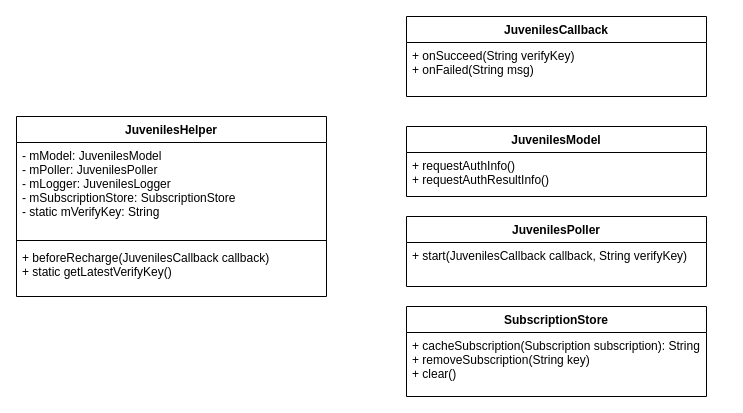
Sylvilagus/sylvan_osc keeps this draw.io diagram as juveniles.drawio. Above is the earlier version. Source tidied: cells renumbered, new cells numbered last; positions are measured from the earlier drawing's top-left corner, leaving out a move shared by most shapes. Both pictures are drawn from the tidied source at 100%, with x=0, y=0 at pixel (16, 16).
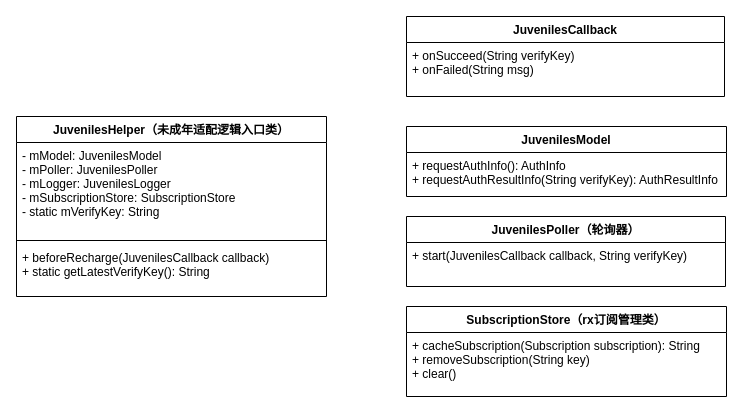
The same diagram, later.

What changed in the source:
```diff
@@
 <mxGraphModel>
   <root>
     <mxCell id="0" />
     <mxCell id="1" parent="0" />
-    <mxCell id="2" value="JuvenilesHelper" style="swimlane;fontStyle=1;align=center;verticalAlign=top;horizontal=1;startSize=26;" parent="1" vertex="1">
+    <mxCell id="2" value="JuvenilesHelper（未成年适配逻辑入口类）" style="swimlane;fontStyle=1;align=center;verticalAlign=top;horizontal=1;startSize=26;" parent="1" vertex="1">
       <mxGeometry y="100" width="310" height="180" as="geometry" />
     </mxCell>
     <mxCell id="3" value="- mModel: JuvenilesModel&#10;- mPoller: JuvenilesPoller&#10;- mLogger: JuvenilesLogger&#10;- mSubscriptionStore: SubscriptionStore&#10;- static mVerifyKey: String" style="text;strokeColor=none;fillColor=none;align=left;verticalAlign=top;spacingLeft=4;spacingRight=4;overflow=hidden;" parent="2" vertex="1">
       <mxGeometry y="26" width="310" height="94" as="geometry" />
     </mxCell>
     <mxCell id="4" style="line;strokeWidth=1;fillColor=none;align=left;verticalAlign=middle;spacingTop=-1;spacingLeft=3;spacingRight=3;labelPosition=right;" parent="2" vertex="1">
       <mxGeometry y="120" width="310" height="8" as="geometry" />
     </mxCell>
-    <mxCell id="5" value="+ beforeRecharge(JuvenilesCallback callback)&#10;+ static getLatestVerifyKey()" style="text;strokeColor=none;fillColor=none;align=left;verticalAlign=top;spacingLeft=4;spacingRight=4;overflow=hidden;" parent="2" vertex="1">
+    <mxCell id="5" value="+ beforeRecharge(JuvenilesCallback callback)&#10;+ static getLatestVerifyKey(): String" style="text;strokeColor=none;fillColor=none;align=left;verticalAlign=top;spacingLeft=4;spacingRight=4;overflow=hidden;" parent="2" vertex="1">
       <mxGeometry y="128" width="310" height="52" as="geometry" />
     </mxCell>
     <mxCell id="6" value="JuvenilesCallback" style="swimlane;fontStyle=1;align=center;verticalAlign=top;horizontal=1;startSize=26;" parent="1" vertex="1">
-      <mxGeometry x="390" width="300" height="80" as="geometry" />
+      <mxGeometry x="390" width="318" height="80" as="geometry" />
     </mxCell>
     <mxCell id="7" value="+ onSucceed(String verifyKey)&#10;+ onFailed(String msg)&#10;" style="text;strokeColor=none;fillColor=none;align=left;verticalAlign=top;spacingLeft=4;spacingRight=4;overflow=hidden;" parent="6" vertex="1">
-      <mxGeometry y="26" width="300" height="54" as="geometry" />
+      <mxGeometry y="26" width="318" height="54" as="geometry" />
     </mxCell>
     <mxCell id="8" value="JuvenilesModel" style="swimlane;fontStyle=1;align=center;verticalAlign=top;horizontal=1;startSize=26;" parent="1" vertex="1">
-      <mxGeometry x="390" y="110" width="300" height="70" as="geometry" />
+      <mxGeometry x="390" y="110" width="320" height="70" as="geometry" />
     </mxCell>
-    <mxCell id="9" value="+ requestAuthInfo()&#10;+ requestAuthResultInfo()" style="text;strokeColor=none;fillColor=none;align=left;verticalAlign=top;spacingLeft=4;spacingRight=4;overflow=hidden;" parent="8" vertex="1">
-      <mxGeometry y="26" width="300" height="44" as="geometry" />
+    <mxCell id="9" value="+ requestAuthInfo(): AuthInfo&#10;+ requestAuthResultInfo(String verifyKey): AuthResultInfo" style="text;strokeColor=none;fillColor=none;align=left;verticalAlign=top;spacingLeft=4;spacingRight=4;overflow=hidden;" parent="8" vertex="1">
+      <mxGeometry y="26" width="320" height="44" as="geometry" />
     </mxCell>
-    <mxCell id="10" value="JuvenilesPoller" style="swimlane;fontStyle=1;align=center;verticalAlign=top;horizontal=1;startSize=26;" parent="1" vertex="1">
-      <mxGeometry x="390" y="200" width="300" height="70" as="geometry" />
+    <mxCell id="10" value="JuvenilesPoller（轮询器）" style="swimlane;fontStyle=1;align=center;verticalAlign=top;horizontal=1;startSize=26;" parent="1" vertex="1">
+      <mxGeometry x="390" y="200" width="319" height="70" as="geometry" />
     </mxCell>
     <mxCell id="11" value="+ start(JuvenilesCallback callback, String verifyKey)" style="text;strokeColor=none;fillColor=none;align=left;verticalAlign=top;spacingLeft=4;spacingRight=4;overflow=hidden;" parent="10" vertex="1">
-      <mxGeometry y="26" width="300" height="44" as="geometry" />
+      <mxGeometry y="26" width="319" height="44" as="geometry" />
     </mxCell>
-    <mxCell id="12" value="SubscriptionStore" style="swimlane;fontStyle=1;align=center;verticalAlign=top;horizontal=1;startSize=26;" parent="1" vertex="1">
-      <mxGeometry x="390" y="290" width="300" height="90" as="geometry" />
+    <mxCell id="12" value="SubscriptionStore（rx订阅管理类）" style="swimlane;fontStyle=1;align=center;verticalAlign=top;horizontal=1;startSize=26;" parent="1" vertex="1">
+      <mxGeometry x="390" y="290" width="320" height="90" as="geometry" />
     </mxCell>
     <mxCell id="13" value="+ cacheSubscription(Subscription subscription): String&#10;+ removeSubscription(String key)&#10;+ clear()" style="text;strokeColor=none;fillColor=none;align=left;verticalAlign=top;spacingLeft=4;spacingRight=4;overflow=hidden;" parent="12" vertex="1">
-      <mxGeometry y="26" width="300" height="64" as="geometry" />
+      <mxGeometry y="26" width="320" height="64" as="geometry" />
     </mxCell>
   </root>
 </mxGraphModel>
```
